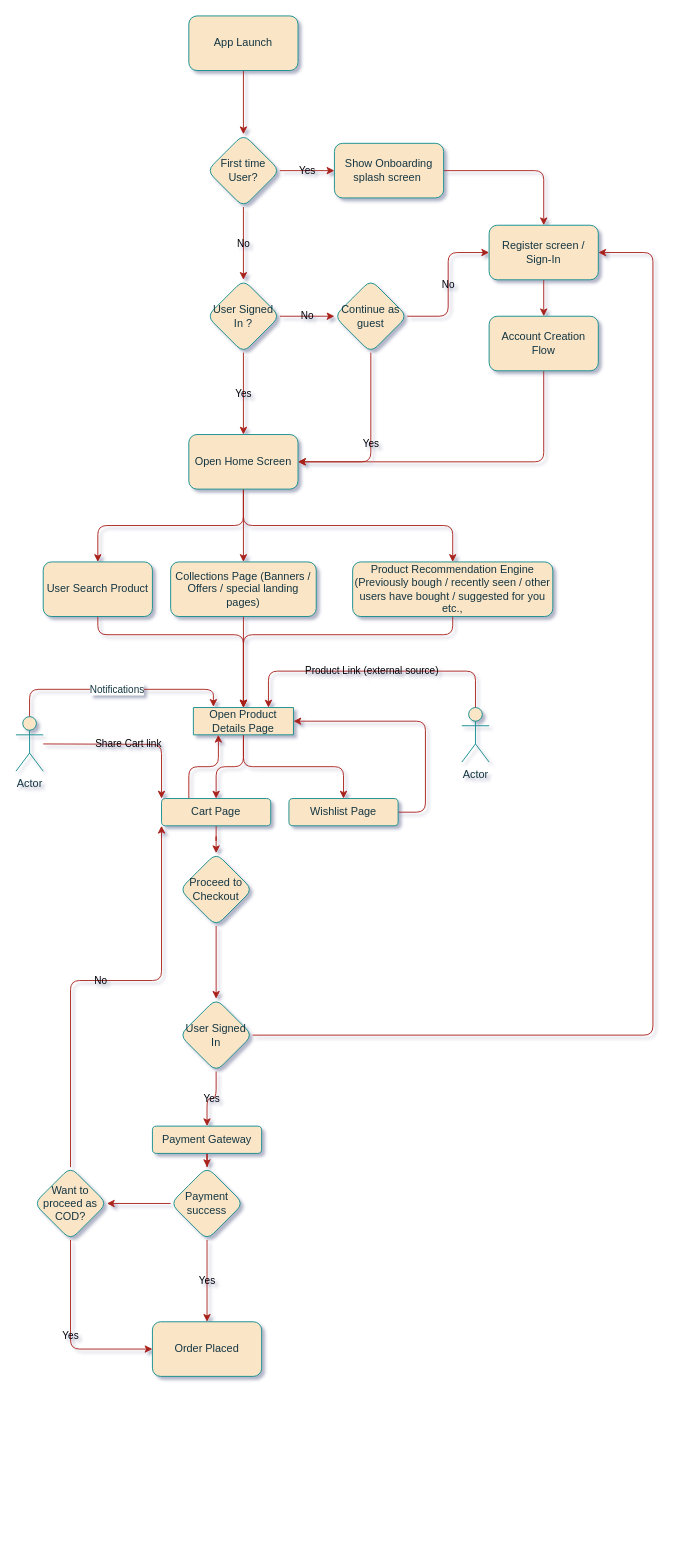
Above: Annachy Flow.drawio in keerthy911/Process (draw.io), before the change. Source tidied: cells renumbered, new cells numbered last; positions are measured from the earlier drawing's top-left corner, leaving out a move shared by most shapes. Both pictures are drawn from the tidied source at 91%, with x=0, y=0 at pixel (15, 15).
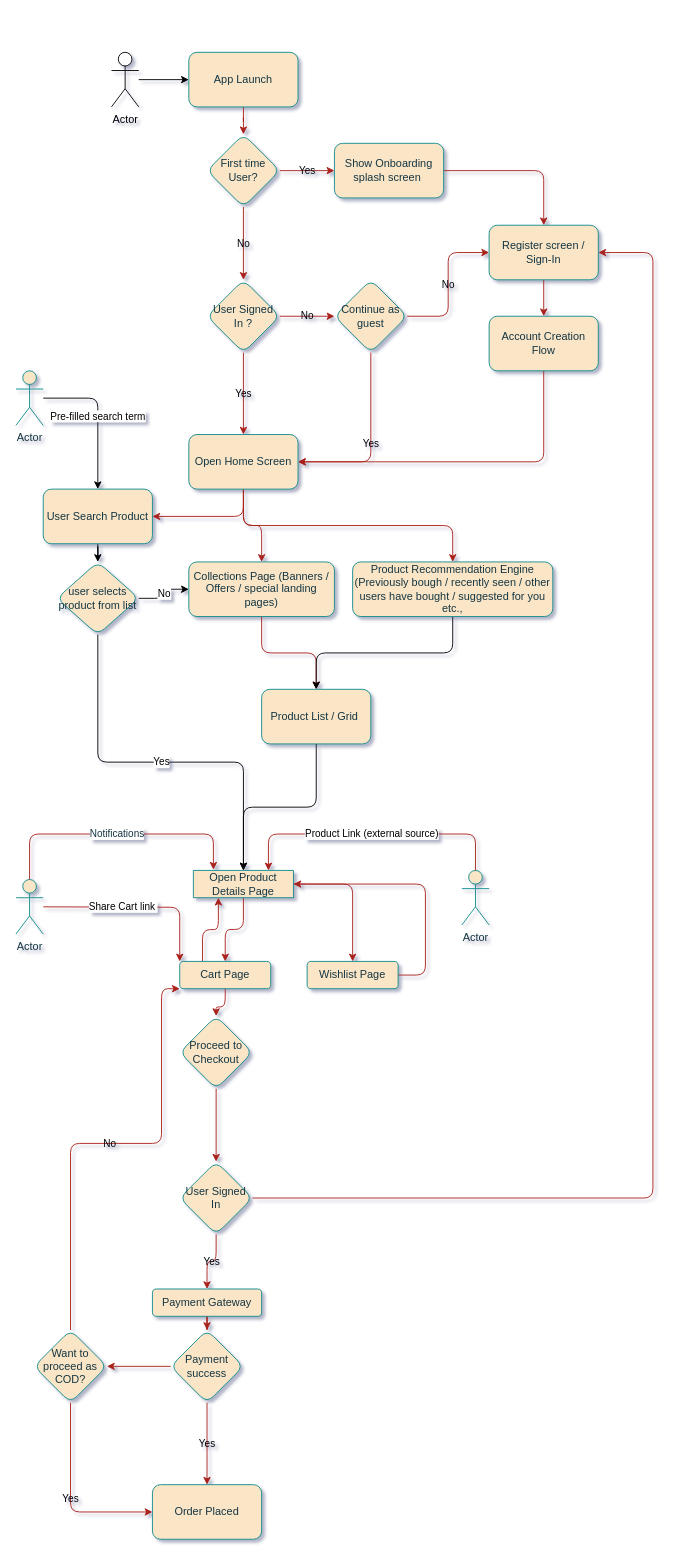
Above is the later version.

Unchanged cells that the change refers to:
```xml
<mxCell id="10" value="Register screen / Sign-In" style="whiteSpace=wrap;html=1;rounded=1;labelBackgroundColor=none;fillColor=#FAE5C7;strokeColor=#0F8B8D;fontColor=#143642;shadow=0;backgroundOutline=0;" parent="1" vertex="1">
  <mxGeometry x="520" y="230" width="120" height="60" as="geometry" />
</mxCell>
<mxCell id="25" value="Product Recommendation Engine (Previously bough / recently seen / other users have bought / suggested for you etc.," style="whiteSpace=wrap;html=1;rounded=1;labelBackgroundColor=none;fillColor=#FAE5C7;strokeColor=#0F8B8D;fontColor=#143642;shadow=0;backgroundOutline=0;" parent="1" vertex="1">
  <mxGeometry x="370" y="600" width="220" height="60" as="geometry" />
</mxCell>
```

The edit, as a diff of the source:
```diff
@@
     <mxCell id="3" value="App Launch" style="rounded=1;whiteSpace=wrap;html=1;labelBackgroundColor=none;fillColor=#FAE5C7;strokeColor=#0F8B8D;fontColor=#143642;shadow=0;backgroundOutline=0;" parent="1" vertex="1">
-      <mxGeometry x="190" width="120" height="60" as="geometry" />
+      <mxGeometry x="190" y="40" width="120" height="60" as="geometry" />
     </mxCell>
@@
-    <mxCell id="20" style="edgeStyle=orthogonalEdgeStyle;rounded=1;jettySize=auto;html=1;entryX=0.5;entryY=0;entryDx=0;entryDy=0;labelBackgroundColor=none;strokeColor=#A8201A;fontColor=default;exitX=0.5;exitY=1;exitDx=0;exitDy=0;shadow=0;backgroundOutline=0;" parent="1" edge="1" source="21" target="28">
-      <mxGeometry relative="1" as="geometry">
-        <Array as="points">
-          <mxPoint x="90" y="680" />
-          <mxPoint x="250" y="680" />
-        </Array>
-      </mxGeometry>
-    </mxCell>
+    <mxCell id="56" style="edgeStyle=orthogonalEdgeStyle;rounded=1;jettySize=auto;html=1;" parent="1" edge="1" source="21" target="64">
+      <mxGeometry relative="1" as="geometry" />
+    </mxCell>
     <mxCell id="21" value="User Search Product" style="whiteSpace=wrap;html=1;rounded=1;labelBackgroundColor=none;fillColor=#FAE5C7;strokeColor=#0F8B8D;fontColor=#143642;shadow=0;backgroundOutline=0;" parent="1" vertex="1">
-      <mxGeometry x="30" y="600" width="120" height="60" as="geometry" />
+      <mxGeometry x="30" y="520" width="120" height="60" as="geometry" />
     </mxCell>
-    <mxCell id="22" style="edgeStyle=orthogonalEdgeStyle;rounded=1;jettySize=auto;html=1;entryX=0.5;entryY=0;entryDx=0;entryDy=0;labelBackgroundColor=none;strokeColor=#A8201A;fontColor=default;shadow=0;backgroundOutline=0;" parent="1" edge="1" source="23" target="28">
+    <mxCell id="22" style="edgeStyle=orthogonalEdgeStyle;rounded=1;jettySize=auto;html=1;labelBackgroundColor=none;strokeColor=#A8201A;fontColor=default;shadow=0;backgroundOutline=0;" parent="1" edge="1" source="23" target="61">
       <mxGeometry relative="1" as="geometry" />
     </mxCell>
     <mxCell id="23" value="Collections Page (Banners / Offers / special landing pages)" style="whiteSpace=wrap;html=1;rounded=1;labelBackgroundColor=none;fillColor=#FAE5C7;strokeColor=#0F8B8D;fontColor=#143642;shadow=0;backgroundOutline=0;" parent="1" vertex="1">
-      <mxGeometry x="170" y="600" width="160" height="60" as="geometry" />
+      <mxGeometry x="190" y="600" width="160" height="60" as="geometry" />
     </mxCell>
-    <mxCell id="24" style="edgeStyle=orthogonalEdgeStyle;rounded=1;jettySize=auto;html=1;entryX=0.5;entryY=0;entryDx=0;entryDy=0;labelBackgroundColor=none;strokeColor=#A8201A;fontColor=default;exitX=0.5;exitY=1;exitDx=0;exitDy=0;shadow=0;backgroundOutline=0;" parent="1" edge="1" source="25" target="28">
-      <mxGeometry relative="1" as="geometry">
-        <Array as="points">
-          <mxPoint x="480" y="680" />
-          <mxPoint x="250" y="680" />
-        </Array>
-      </mxGeometry>
-    </mxCell>
+    <mxCell id="57" style="edgeStyle=orthogonalEdgeStyle;rounded=1;jettySize=auto;html=1;" parent="1" edge="1" source="25" target="61">
+      <mxGeometry relative="1" as="geometry" />
+    </mxCell>
@@
     <mxCell id="28" value="Open Product Details Page" style="swimlane;fontStyle=0;horizontal=1;startSize=30;whiteSpace=wrap;html=1;labelBackgroundColor=none;fillColor=#FAE5C7;strokeColor=#0F8B8D;fontColor=#143642;rounded=1;shadow=0;backgroundOutline=0;" parent="1" vertex="1" collapsed="1">
-      <mxGeometry x="195" y="760" width="110" height="30" as="geometry" />
+      <mxGeometry x="195" y="939" width="110" height="30" as="geometry" />
     </mxCell>
@@
     <mxCell id="31" value="Cart Page" style="whiteSpace=wrap;html=1;fontStyle=0;startSize=30;labelBackgroundColor=none;fillColor=#FAE5C7;strokeColor=#0F8B8D;fontColor=#143642;rounded=1;shadow=0;backgroundOutline=0;" parent="1" vertex="1">
-      <mxGeometry x="160" y="860" width="120" height="30" as="geometry" />
+      <mxGeometry x="180" y="1039" width="100" height="30" as="geometry" />
     </mxCell>
     <mxCell id="32" style="edgeStyle=orthogonalEdgeStyle;rounded=1;jettySize=auto;html=1;entryX=1;entryY=0.5;entryDx=0;entryDy=0;strokeColor=#A8201A;fontColor=#143642;fillColor=#FAE5C7;shadow=0;backgroundOutline=0;" parent="1" edge="1" source="33" target="28">
       <mxGeometry relative="1" as="geometry">
         <Array as="points">
-          <mxPoint x="450" y="875" />
-          <mxPoint x="450" y="775" />
+          <mxPoint x="450" y="1054" />
+          <mxPoint x="450" y="954" />
         </Array>
       </mxGeometry>
     </mxCell>
     <mxCell id="33" value="Wishlist Page" style="whiteSpace=wrap;html=1;fontStyle=0;startSize=30;labelBackgroundColor=none;fillColor=#FAE5C7;strokeColor=#0F8B8D;fontColor=#143642;rounded=1;shadow=0;backgroundOutline=0;" parent="1" vertex="1">
-      <mxGeometry x="300" y="860" width="120" height="30" as="geometry" />
+      <mxGeometry x="320" y="1039" width="100" height="30" as="geometry" />
     </mxCell>
@@
     <mxCell id="35" value="Proceed to Checkout" style="rhombus;whiteSpace=wrap;html=1;fontStyle=0;startSize=30;labelBackgroundColor=none;fillColor=#FAE5C7;strokeColor=#0F8B8D;fontColor=#143642;rounded=1;shadow=0;backgroundOutline=0;" parent="1" vertex="1">
-      <mxGeometry x="180" y="920" width="80" height="80" as="geometry" />
+      <mxGeometry x="180" y="1099" width="80" height="80" as="geometry" />
     </mxCell>
@@
     <mxCell id="37" value="Payment Gateway" style="whiteSpace=wrap;html=1;fontStyle=0;startSize=30;labelBackgroundColor=none;fillColor=#FAE5C7;strokeColor=#0F8B8D;fontColor=#143642;rounded=1;shadow=0;backgroundOutline=0;" parent="1" vertex="1">
-      <mxGeometry x="150" y="1220" width="120" height="30" as="geometry" />
+      <mxGeometry x="150" y="1399" width="120" height="30" as="geometry" />
     </mxCell>
@@
     <mxCell id="40" value="Payment success" style="rhombus;whiteSpace=wrap;html=1;fontStyle=0;startSize=30;labelBackgroundColor=none;fillColor=#FAE5C7;strokeColor=#0F8B8D;fontColor=#143642;rounded=1;shadow=0;backgroundOutline=0;" parent="1" vertex="1">
-      <mxGeometry x="170" y="1265" width="80" height="80" as="geometry" />
+      <mxGeometry x="170" y="1444" width="80" height="80" as="geometry" />
     </mxCell>
     <mxCell id="41" value="Order Placed" style="rounded=1;whiteSpace=wrap;html=1;fontStyle=0;startSize=30;labelBackgroundColor=none;fillColor=#FAE5C7;strokeColor=#0F8B8D;fontColor=#143642;shadow=0;backgroundOutline=0;" parent="1" vertex="1">
-      <mxGeometry x="150" y="1435" width="120" height="60" as="geometry" />
+      <mxGeometry x="150" y="1614" width="120" height="60" as="geometry" />
     </mxCell>
     <mxCell id="42" value="Yes" style="edgeStyle=orthogonalEdgeStyle;rounded=1;jettySize=auto;html=1;entryX=0;entryY=0.5;entryDx=0;entryDy=0;exitX=0.5;exitY=1;exitDx=0;exitDy=0;labelBackgroundColor=none;strokeColor=#A8201A;fontColor=default;shadow=0;backgroundOutline=0;" parent="1" edge="1" source="44" target="41">
       <mxGeometry relative="1" as="geometry">
         <Array as="points">
-          <mxPoint x="60" y="1465" />
+          <mxPoint x="60" y="1644" />
         </Array>
       </mxGeometry>
     </mxCell>
     <mxCell id="43" value="No" style="edgeStyle=orthogonalEdgeStyle;rounded=1;jettySize=auto;html=1;labelBackgroundColor=none;strokeColor=#A8201A;fontColor=default;entryX=0;entryY=1;entryDx=0;entryDy=0;shadow=0;backgroundOutline=0;" parent="1" edge="1" source="44" target="31">
       <mxGeometry relative="1" as="geometry">
         <Array as="points">
-          <mxPoint x="60" y="1060" />
-          <mxPoint x="160" y="1060" />
+          <mxPoint x="60" y="1239" />
+          <mxPoint x="160" y="1239" />
         </Array>
       </mxGeometry>
     </mxCell>
     <mxCell id="44" value="Want to proceed as COD?" style="rhombus;whiteSpace=wrap;html=1;fontStyle=0;startSize=30;labelBackgroundColor=none;fillColor=#FAE5C7;strokeColor=#0F8B8D;fontColor=#143642;rounded=1;shadow=0;backgroundOutline=0;" parent="1" vertex="1">
-      <mxGeometry x="20" y="1265" width="80" height="80" as="geometry" />
+      <mxGeometry x="20" y="1444" width="80" height="80" as="geometry" />
     </mxCell>
@@
     <mxCell id="49" style="edgeStyle=orthogonalEdgeStyle;rounded=1;jettySize=auto;html=1;entryX=1;entryY=0.5;entryDx=0;entryDy=0;labelBackgroundColor=none;strokeColor=#A8201A;fontColor=default;shadow=0;backgroundOutline=0;" parent="1" edge="1" source="50" target="10">
       <mxGeometry relative="1" as="geometry">
         <Array as="points">
-          <mxPoint x="700" y="1120" />
+          <mxPoint x="700" y="1299" />
           <mxPoint x="700" y="260" />
         </Array>
       </mxGeometry>
     </mxCell>
     <mxCell id="50" value="User Signed In" style="rhombus;whiteSpace=wrap;html=1;fontStyle=0;startSize=30;labelBackgroundColor=none;fillColor=#FAE5C7;strokeColor=#0F8B8D;fontColor=#143642;rounded=1;shadow=0;backgroundOutline=0;" parent="1" vertex="1">
-      <mxGeometry x="180" y="1080" width="80" height="80" as="geometry" />
+      <mxGeometry x="180" y="1259" width="80" height="80" as="geometry" />
     </mxCell>
-    <mxCell id="51" value="&lt;span&gt;Share Cart link&amp;nbsp;&lt;/span&gt;" style="edgeStyle=orthogonalEdgeStyle;rounded=1;jettySize=auto;html=1;entryX=0;entryY=0;entryDx=0;entryDy=0;labelBackgroundColor=none;strokeColor=#A8201A;fontColor=default;shadow=0;backgroundOutline=0;" parent="1" edge="1" target="31">
-      <mxGeometry relative="1" as="geometry">
-        <mxPoint x="30" y="800" as="sourcePoint" />
+    <mxCell id="51" value="&lt;span&gt;Share Cart link&amp;nbsp;&lt;/span&gt;" style="edgeStyle=orthogonalEdgeStyle;rounded=1;jettySize=auto;html=1;entryX=0;entryY=0;entryDx=0;entryDy=0;labelBackgroundColor=default;strokeColor=#A8201A;fontColor=default;shadow=0;backgroundOutline=0;" parent="1" edge="1" target="31">
+      <mxGeometry x="-0.16" relative="1" as="geometry">
+        <mxPoint x="30" y="979" as="sourcePoint" />
       </mxGeometry>
     </mxCell>
     <mxCell id="52" value="Actor" style="shape=umlActor;verticalLabelPosition=bottom;verticalAlign=top;html=1;outlineConnect=0;labelBackgroundColor=none;fillColor=#FAE5C7;strokeColor=#0F8B8D;fontColor=#143642;rounded=1;shadow=0;backgroundOutline=0;" parent="1" vertex="1">
-      <mxGeometry x="490" y="760" width="30" height="60" as="geometry" />
+      <mxGeometry x="490" y="939" width="30" height="60" as="geometry" />
     </mxCell>
-    <mxCell id="53" value="Product Link (external source)" style="edgeStyle=orthogonalEdgeStyle;rounded=1;jettySize=auto;html=1;entryX=0.75;entryY=0;entryDx=0;entryDy=0;labelBackgroundColor=none;strokeColor=#A8201A;fontColor=default;shadow=0;backgroundOutline=0;" parent="1" edge="1" source="52" target="28">
+    <mxCell id="53" value="Product Link (external source)" style="edgeStyle=orthogonalEdgeStyle;rounded=1;jettySize=auto;html=1;entryX=0.75;entryY=0;entryDx=0;entryDy=0;labelBackgroundColor=default;strokeColor=#A8201A;fontColor=default;shadow=0;backgroundOutline=0;" parent="1" edge="1" source="52" target="28">
       <mxGeometry relative="1" as="geometry">
         <Array as="points">
-          <mxPoint x="505" y="720" />
-          <mxPoint x="277" y="720" />
+          <mxPoint x="505" y="899" />
+          <mxPoint x="277" y="899" />
         </Array>
       </mxGeometry>
     </mxCell>
     <mxCell id="54" value="Actor" style="shape=umlActor;verticalLabelPosition=bottom;verticalAlign=top;html=1;outlineConnect=0;labelBackgroundColor=none;fillColor=#FAE5C7;strokeColor=#0F8B8D;fontColor=#143642;rounded=1;shadow=0;backgroundOutline=0;" parent="1" vertex="1">
-      <mxGeometry y="770" width="30" height="60" as="geometry" />
+      <mxGeometry y="949" width="30" height="60" as="geometry" />
     </mxCell>
     <mxCell id="55" value="Notifications" style="edgeStyle=orthogonalEdgeStyle;rounded=1;jettySize=auto;html=1;entryX=0.2;entryY=-0.026;entryDx=0;entryDy=0;entryPerimeter=0;strokeColor=#A8201A;fontColor=#143642;fillColor=#FAE5C7;shadow=0;backgroundOutline=0;" parent="1" edge="1" source="54" target="28">
       <mxGeometry relative="1" as="geometry">
         <Array as="points">
-          <mxPoint x="15" y="740" />
-          <mxPoint x="217" y="740" />
+          <mxPoint x="15" y="899" />
+          <mxPoint x="217" y="899" />
         </Array>
       </mxGeometry>
     </mxCell>
+    <mxCell id="58" value="Pre-filled search term" style="edgeStyle=orthogonalEdgeStyle;rounded=1;jettySize=auto;html=1;entryX=0.5;entryY=0;entryDx=0;entryDy=0;" parent="1" edge="1" source="59" target="21">
+      <mxGeometry relative="1" as="geometry">
+        <Array as="points">
+          <mxPoint x="90" y="420" />
+        </Array>
+      </mxGeometry>
+    </mxCell>
+    <mxCell id="59" value="Actor" style="shape=umlActor;verticalLabelPosition=bottom;verticalAlign=top;html=1;outlineConnect=0;labelBackgroundColor=none;fillColor=#FAE5C7;strokeColor=#0F8B8D;fontColor=#143642;rounded=1;shadow=0;backgroundOutline=0;" parent="1" vertex="1">
+      <mxGeometry y="390" width="30" height="60" as="geometry" />
+    </mxCell>
+    <mxCell id="60" style="edgeStyle=orthogonalEdgeStyle;rounded=1;jettySize=auto;html=1;" parent="1" edge="1" source="61" target="28">
+      <mxGeometry relative="1" as="geometry" />
+    </mxCell>
+    <mxCell id="61" value="Product List / Grid&amp;nbsp;" style="whiteSpace=wrap;html=1;fillColor=#FAE5C7;strokeColor=#0F8B8D;fontColor=#143642;rounded=1;labelBackgroundColor=none;shadow=0;" parent="1" vertex="1">
+      <mxGeometry x="270" y="740" width="120" height="60" as="geometry" />
+    </mxCell>
+    <mxCell id="62" value="Yes" style="edgeStyle=orthogonalEdgeStyle;rounded=1;jettySize=auto;html=1;entryX=0.5;entryY=0;entryDx=0;entryDy=0;" parent="1" edge="1" source="64" target="28">
+      <mxGeometry relative="1" as="geometry">
+        <Array as="points">
+          <mxPoint x="90" y="820" />
+          <mxPoint x="250" y="820" />
+        </Array>
+      </mxGeometry>
+    </mxCell>
+    <mxCell id="63" value="No" style="edgeStyle=orthogonalEdgeStyle;rounded=1;jettySize=auto;html=1;entryX=0;entryY=0.5;entryDx=0;entryDy=0;" parent="1" edge="1" source="64" target="23">
+      <mxGeometry relative="1" as="geometry" />
+    </mxCell>
+    <mxCell id="64" value="user selects product from list" style="rhombus;whiteSpace=wrap;html=1;fillColor=#FAE5C7;strokeColor=#0F8B8D;fontColor=#143642;rounded=1;labelBackgroundColor=none;shadow=0;" parent="1" vertex="1">
+      <mxGeometry x="45" y="600" width="90" height="80" as="geometry" />
+    </mxCell>
+    <mxCell id="65" style="edgeStyle=orthogonalEdgeStyle;rounded=1;jettySize=auto;html=1;entryX=0;entryY=0.5;entryDx=0;entryDy=0;" parent="1" edge="1" source="66" target="3">
+      <mxGeometry relative="1" as="geometry" />
+    </mxCell>
+    <mxCell id="66" value="Actor" style="shape=umlActor;verticalLabelPosition=bottom;verticalAlign=top;html=1;outlineConnect=0;rounded=1;" parent="1" vertex="1">
+      <mxGeometry x="105" y="40" width="30" height="60" as="geometry" />
+    </mxCell>
```
